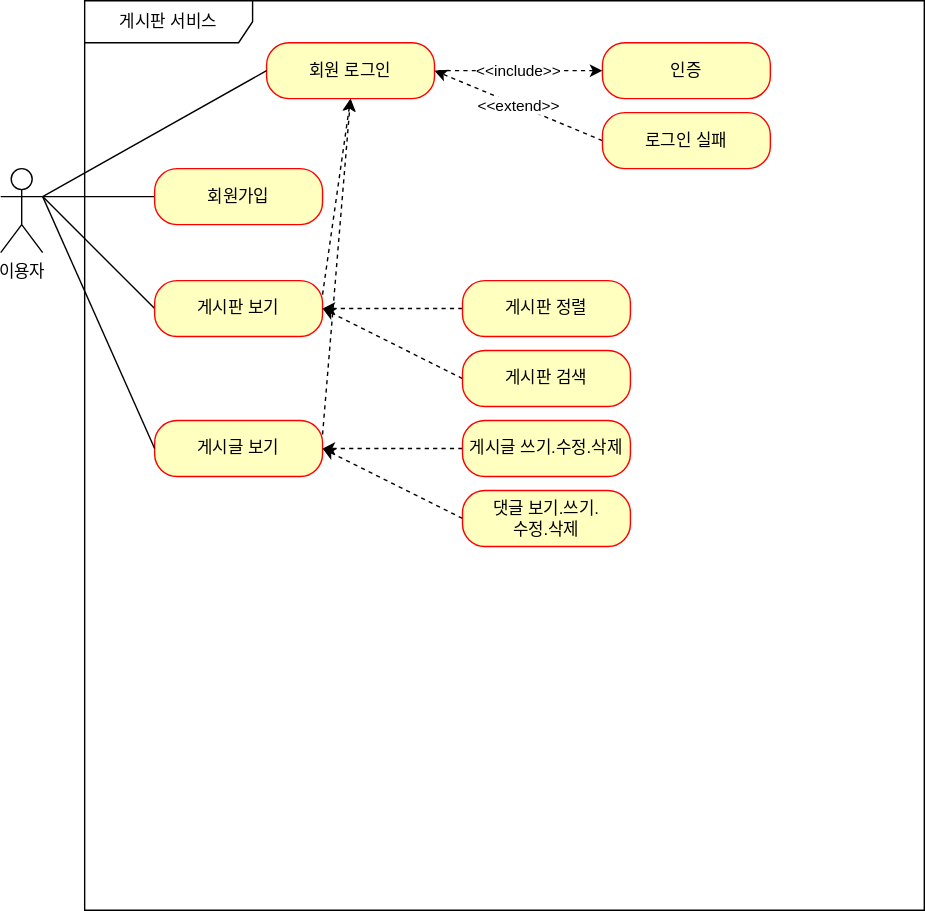
p0mp4n/board-project keeps this draw.io diagram as document/use-case.svg. Above is the earlier version. Source tidied: cells renumbered, new cells last; positions are measured from the earlier drawing's top-left corner, leaving out a move shared by most shapes. Source of this version:
```xml
<mxGraphModel>
  <root>
    <mxCell id="0" />
    <mxCell id="1" parent="0" />
    <mxCell id="2" value="이용자" style="shape=umlActor;verticalLabelPosition=bottom;verticalAlign=top;html=1;outlineConnect=0;" parent="1" vertex="1">
      <mxGeometry y="120" width="30" height="60" as="geometry" />
    </mxCell>
    <mxCell id="3" value="게시판 서비스" style="shape=umlFrame;whiteSpace=wrap;html=1;width=120;height=30;" parent="1" vertex="1">
      <mxGeometry x="60" width="600" height="650" as="geometry" />
    </mxCell>
    <mxCell id="4" style="rounded=0;jettySize=auto;html=1;exitX=0;exitY=0.5;exitDx=0;exitDy=0;entryX=1;entryY=0.3333333333333333;entryDx=0;entryDy=0;entryPerimeter=0;strokeColor=default;endArrow=none;endFill=0;" parent="1" edge="1" source="5" target="2">
      <mxGeometry relative="1" as="geometry" />
    </mxCell>
    <mxCell id="5" value="회원가입" style="rounded=1;whiteSpace=wrap;html=1;arcSize=40;fontColor=#000000;fillColor=#ffffc0;strokeColor=#ff0000;" parent="1" vertex="1">
      <mxGeometry x="110" y="120" width="120" height="40" as="geometry" />
    </mxCell>
    <mxCell id="6" style="rounded=0;jettySize=auto;html=1;exitX=0;exitY=0.5;exitDx=0;exitDy=0;entryX=1;entryY=0.3333333333333333;entryDx=0;entryDy=0;entryPerimeter=0;endArrow=none;endFill=0;" parent="1" edge="1" source="8" target="2">
      <mxGeometry relative="1" as="geometry" />
    </mxCell>
    <mxCell id="7" style="rounded=0;jettySize=auto;html=1;exitX=1;exitY=0.25;exitDx=0;exitDy=0;entryX=0.5;entryY=1;entryDx=0;entryDy=0;dashed=1;" parent="1" edge="1" source="8" target="11">
      <mxGeometry relative="1" as="geometry" />
    </mxCell>
    <mxCell id="8" value="게시판 보기" style="rounded=1;whiteSpace=wrap;html=1;arcSize=40;fontColor=#000000;fillColor=#ffffc0;strokeColor=#ff0000;" parent="1" vertex="1">
      <mxGeometry x="110" y="200" width="120" height="40" as="geometry" />
    </mxCell>
    <mxCell id="9" style="rounded=0;jettySize=auto;html=1;exitX=1;exitY=0.25;exitDx=0;exitDy=0;entryX=0.5;entryY=1;entryDx=0;entryDy=0;dashed=1;" parent="1" edge="1" source="10" target="11">
      <mxGeometry relative="1" as="geometry" />
    </mxCell>
    <mxCell id="10" value="게시글 보기" style="rounded=1;whiteSpace=wrap;html=1;arcSize=40;fontColor=#000000;fillColor=#ffffc0;strokeColor=#ff0000;" parent="1" vertex="1">
      <mxGeometry x="110" y="300" width="120" height="40" as="geometry" />
    </mxCell>
    <mxCell id="11" value="회원 로그인" style="rounded=1;whiteSpace=wrap;html=1;arcSize=40;fontColor=#000000;fillColor=#ffffc0;strokeColor=#ff0000;" parent="1" vertex="1">
      <mxGeometry x="190" y="30" width="120" height="40" as="geometry" />
    </mxCell>
    <mxCell id="12" value="인증" style="rounded=1;whiteSpace=wrap;html=1;arcSize=40;fontColor=#000000;fillColor=#ffffc0;strokeColor=#ff0000;" parent="1" vertex="1">
      <mxGeometry x="430" y="30" width="120" height="40" as="geometry" />
    </mxCell>
    <mxCell id="13" value="&amp;lt;&amp;lt;extend&amp;gt;&amp;gt;" style="rounded=0;jettySize=auto;html=1;exitX=0;exitY=0.5;exitDx=0;exitDy=0;entryX=1;entryY=0.5;entryDx=0;entryDy=0;dashed=1;startArrow=none;startFill=0;endArrow=classic;endFill=1;" parent="1" edge="1" source="14" target="11">
      <mxGeometry relative="1" as="geometry" />
    </mxCell>
    <mxCell id="14" value="로그인 실패" style="rounded=1;whiteSpace=wrap;html=1;arcSize=40;fontColor=#000000;fillColor=#ffffc0;strokeColor=#ff0000;" parent="1" vertex="1">
      <mxGeometry x="430" y="80" width="120" height="40" as="geometry" />
    </mxCell>
    <mxCell id="15" style="rounded=0;jettySize=auto;html=1;exitX=0;exitY=0.5;exitDx=0;exitDy=0;entryX=1;entryY=0.5;entryDx=0;entryDy=0;dashed=1;" parent="1" edge="1" source="16" target="8">
      <mxGeometry relative="1" as="geometry" />
    </mxCell>
    <mxCell id="16" value="게시판 정렬" style="rounded=1;whiteSpace=wrap;html=1;arcSize=40;fontColor=#000000;fillColor=#ffffc0;strokeColor=#ff0000;" parent="1" vertex="1">
      <mxGeometry x="330" y="200" width="120" height="40" as="geometry" />
    </mxCell>
    <mxCell id="17" style="rounded=0;jettySize=auto;html=1;exitX=0;exitY=0.5;exitDx=0;exitDy=0;dashed=1;" parent="1" edge="1" source="18">
      <mxGeometry relative="1" as="geometry">
        <mxPoint x="230" y="220" as="targetPoint" />
      </mxGeometry>
    </mxCell>
    <mxCell id="18" value="게시판 검색" style="rounded=1;whiteSpace=wrap;html=1;arcSize=40;fontColor=#000000;fillColor=#ffffc0;strokeColor=#ff0000;" parent="1" vertex="1">
      <mxGeometry x="330" y="250" width="120" height="40" as="geometry" />
    </mxCell>
    <mxCell id="19" style="rounded=0;jettySize=auto;html=1;exitX=0;exitY=0.5;exitDx=0;exitDy=0;entryX=1;entryY=0.5;entryDx=0;entryDy=0;dashed=1;" parent="1" edge="1" source="20" target="10">
      <mxGeometry relative="1" as="geometry" />
    </mxCell>
    <mxCell id="20" value="게시글 쓰기.수정.삭제" style="rounded=1;whiteSpace=wrap;html=1;arcSize=40;fontColor=#000000;fillColor=#ffffc0;strokeColor=#ff0000;" parent="1" vertex="1">
      <mxGeometry x="330" y="300" width="120" height="40" as="geometry" />
    </mxCell>
    <mxCell id="21" style="rounded=0;jettySize=auto;html=1;exitX=0;exitY=0.5;exitDx=0;exitDy=0;dashed=1;" parent="1" edge="1" source="22">
      <mxGeometry relative="1" as="geometry">
        <mxPoint x="230" y="320" as="targetPoint" />
      </mxGeometry>
    </mxCell>
    <mxCell id="22" value="댓글 보기.쓰기.&lt;br&gt;수정.삭제" style="rounded=1;whiteSpace=wrap;html=1;arcSize=40;fontColor=#000000;fillColor=#ffffc0;strokeColor=#ff0000;" parent="1" vertex="1">
      <mxGeometry x="330" y="350" width="120" height="40" as="geometry" />
    </mxCell>
    <mxCell id="23" style="rounded=0;jettySize=auto;html=1;entryX=1;entryY=0.3333333333333333;entryDx=0;entryDy=0;entryPerimeter=0;endArrow=none;endFill=0;exitX=0;exitY=0.5;exitDx=0;exitDy=0;" parent="1" edge="1" source="10" target="2">
      <mxGeometry relative="1" as="geometry" />
    </mxCell>
    <mxCell id="24" style="rounded=0;jettySize=auto;html=1;exitX=0;exitY=0.5;exitDx=0;exitDy=0;entryX=1;entryY=0.3333333333333333;entryDx=0;entryDy=0;entryPerimeter=0;endArrow=none;endFill=0;" parent="1" edge="1" source="11" target="2">
      <mxGeometry relative="1" as="geometry" />
    </mxCell>
    <mxCell id="25" value="&amp;lt;&amp;lt;include&amp;gt;&amp;gt;" style="rounded=0;jettySize=auto;html=1;exitX=0;exitY=0.5;exitDx=0;exitDy=0;entryX=1;entryY=0.5;entryDx=0;entryDy=0;endArrow=none;endFill=0;dashed=1;startArrow=classic;startFill=1;" parent="1" edge="1" source="12" target="11">
      <mxGeometry relative="1" as="geometry" />
    </mxCell>
  </root>
</mxGraphModel>
```
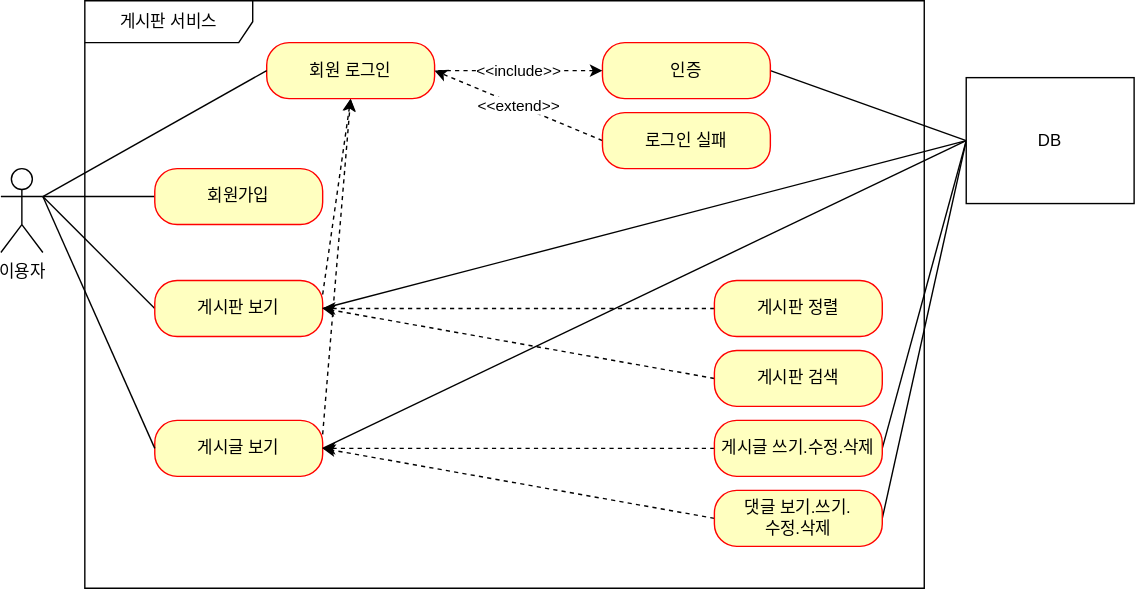
The same file after the commit.

Commit message:
#4 - 게시판 서비스 유즈케이스 완성

diagrams.net 에서 유즈케이스 완성후 저장함

What changed in the source:
```diff
@@ -6,7 +6,7 @@
       <mxGeometry y="120" width="30" height="60" as="geometry" />
     </mxCell>
     <mxCell id="3" value="게시판 서비스" style="shape=umlFrame;whiteSpace=wrap;html=1;width=120;height=30;" parent="1" vertex="1">
-      <mxGeometry x="60" width="600" height="650" as="geometry" />
+      <mxGeometry x="60" width="600" height="420" as="geometry" />
     </mxCell>
     <mxCell id="4" style="rounded=0;jettySize=auto;html=1;exitX=0;exitY=0.5;exitDx=0;exitDy=0;entryX=1;entryY=0.3333333333333333;entryDx=0;entryDy=0;entryPerimeter=0;strokeColor=default;endArrow=none;endFill=0;" parent="1" edge="1" source="5" target="2">
       <mxGeometry relative="1" as="geometry" />
@@ -32,6 +32,9 @@
     <mxCell id="11" value="회원 로그인" style="rounded=1;whiteSpace=wrap;html=1;arcSize=40;fontColor=#000000;fillColor=#ffffc0;strokeColor=#ff0000;" parent="1" vertex="1">
       <mxGeometry x="190" y="30" width="120" height="40" as="geometry" />
     </mxCell>
+    <mxCell id="26" style="rounded=0;jettySize=auto;html=1;exitX=1;exitY=0.5;exitDx=0;exitDy=0;entryX=0;entryY=0.5;entryDx=0;entryDy=0;endArrow=none;endFill=0;" parent="1" edge="1" source="12" target="31">
+      <mxGeometry relative="1" as="geometry" />
+    </mxCell>
     <mxCell id="12" value="인증" style="rounded=1;whiteSpace=wrap;html=1;arcSize=40;fontColor=#000000;fillColor=#ffffc0;strokeColor=#ff0000;" parent="1" vertex="1">
       <mxGeometry x="430" y="30" width="120" height="40" as="geometry" />
     </mxCell>
@@ -45,7 +48,7 @@
       <mxGeometry relative="1" as="geometry" />
     </mxCell>
     <mxCell id="16" value="게시판 정렬" style="rounded=1;whiteSpace=wrap;html=1;arcSize=40;fontColor=#000000;fillColor=#ffffc0;strokeColor=#ff0000;" parent="1" vertex="1">
-      <mxGeometry x="330" y="200" width="120" height="40" as="geometry" />
+      <mxGeometry x="510" y="200" width="120" height="40" as="geometry" />
     </mxCell>
     <mxCell id="17" style="rounded=0;jettySize=auto;html=1;exitX=0;exitY=0.5;exitDx=0;exitDy=0;dashed=1;" parent="1" edge="1" source="18">
       <mxGeometry relative="1" as="geometry">
@@ -53,21 +56,27 @@
       </mxGeometry>
     </mxCell>
     <mxCell id="18" value="게시판 검색" style="rounded=1;whiteSpace=wrap;html=1;arcSize=40;fontColor=#000000;fillColor=#ffffc0;strokeColor=#ff0000;" parent="1" vertex="1">
-      <mxGeometry x="330" y="250" width="120" height="40" as="geometry" />
+      <mxGeometry x="510" y="250" width="120" height="40" as="geometry" />
     </mxCell>
     <mxCell id="19" style="rounded=0;jettySize=auto;html=1;exitX=0;exitY=0.5;exitDx=0;exitDy=0;entryX=1;entryY=0.5;entryDx=0;entryDy=0;dashed=1;" parent="1" edge="1" source="20" target="10">
       <mxGeometry relative="1" as="geometry" />
     </mxCell>
+    <mxCell id="27" style="rounded=0;jettySize=auto;html=1;exitX=1;exitY=0.5;exitDx=0;exitDy=0;entryX=0;entryY=0.5;entryDx=0;entryDy=0;endArrow=none;endFill=0;" parent="1" edge="1" source="20" target="31">
+      <mxGeometry relative="1" as="geometry" />
+    </mxCell>
     <mxCell id="20" value="게시글 쓰기.수정.삭제" style="rounded=1;whiteSpace=wrap;html=1;arcSize=40;fontColor=#000000;fillColor=#ffffc0;strokeColor=#ff0000;" parent="1" vertex="1">
-      <mxGeometry x="330" y="300" width="120" height="40" as="geometry" />
+      <mxGeometry x="510" y="300" width="120" height="40" as="geometry" />
     </mxCell>
     <mxCell id="21" style="rounded=0;jettySize=auto;html=1;exitX=0;exitY=0.5;exitDx=0;exitDy=0;dashed=1;" parent="1" edge="1" source="22">
       <mxGeometry relative="1" as="geometry">
         <mxPoint x="230" y="320" as="targetPoint" />
       </mxGeometry>
     </mxCell>
+    <mxCell id="28" style="rounded=0;jettySize=auto;html=1;exitX=1;exitY=0.5;exitDx=0;exitDy=0;entryX=0;entryY=0.5;entryDx=0;entryDy=0;endArrow=none;endFill=0;" parent="1" edge="1" source="22" target="31">
+      <mxGeometry relative="1" as="geometry" />
+    </mxCell>
     <mxCell id="22" value="댓글 보기.쓰기.&lt;br&gt;수정.삭제" style="rounded=1;whiteSpace=wrap;html=1;arcSize=40;fontColor=#000000;fillColor=#ffffc0;strokeColor=#ff0000;" parent="1" vertex="1">
-      <mxGeometry x="330" y="350" width="120" height="40" as="geometry" />
+      <mxGeometry x="510" y="350" width="120" height="40" as="geometry" />
     </mxCell>
     <mxCell id="23" style="rounded=0;jettySize=auto;html=1;entryX=1;entryY=0.3333333333333333;entryDx=0;entryDy=0;entryPerimeter=0;endArrow=none;endFill=0;exitX=0;exitY=0.5;exitDx=0;exitDy=0;" parent="1" edge="1" source="10" target="2">
       <mxGeometry relative="1" as="geometry" />
@@ -78,5 +87,14 @@
     <mxCell id="25" value="&amp;lt;&amp;lt;include&amp;gt;&amp;gt;" style="rounded=0;jettySize=auto;html=1;exitX=0;exitY=0.5;exitDx=0;exitDy=0;entryX=1;entryY=0.5;entryDx=0;entryDy=0;endArrow=none;endFill=0;dashed=1;startArrow=classic;startFill=1;" parent="1" edge="1" source="12" target="11">
       <mxGeometry relative="1" as="geometry" />
     </mxCell>
+    <mxCell id="29" style="rounded=0;jettySize=auto;html=1;exitX=0;exitY=0.5;exitDx=0;exitDy=0;entryX=1;entryY=0.5;entryDx=0;entryDy=0;endArrow=none;endFill=0;" parent="1" edge="1" source="31" target="8">
+      <mxGeometry relative="1" as="geometry" />
+    </mxCell>
+    <mxCell id="30" style="rounded=0;jettySize=auto;html=1;exitX=0;exitY=0.5;exitDx=0;exitDy=0;entryX=1;entryY=0.5;entryDx=0;entryDy=0;endArrow=none;endFill=0;" parent="1" edge="1" source="31" target="10">
+      <mxGeometry relative="1" as="geometry" />
+    </mxCell>
+    <mxCell id="31" value="DB" style="html=1;whiteSpace=wrap;" parent="1" vertex="1">
+      <mxGeometry x="690" y="55" width="120" height="90" as="geometry" />
+    </mxCell>
   </root>
 </mxGraphModel>
```
